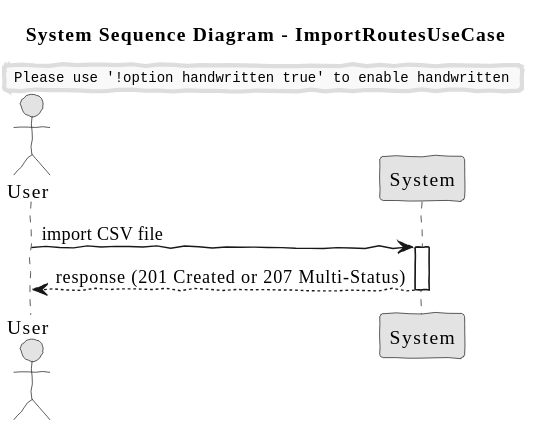
Earlier version of the PlantUML export docs/system-documentation/use-cases/BONUS/US225/svg/ssd_ImportRoutesUseCase.svg (VascoMagolo/psoft_1231562_1241692_1242036_2db).
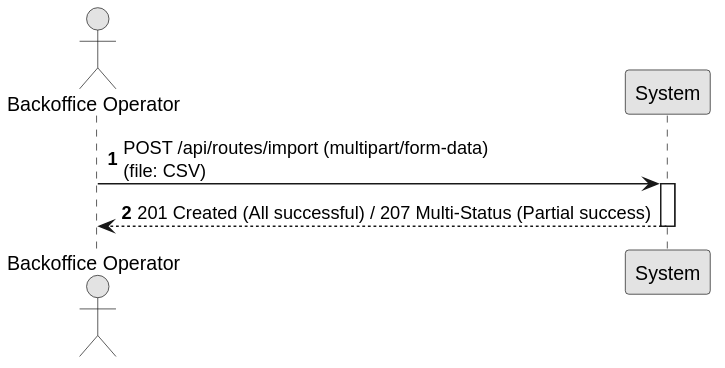
Later version of the same file.

Diff of the diagram source:
```diff
@@ -1,17 +1,14 @@
 @startuml
-skinparam handwritten true
+autonumber
 skinparam monochrome true
 skinparam packageStyle rect
-skinparam defaultFontName FG Virgil
 skinparam shadowing false
 
-title System Sequence Diagram - ImportRoutesUseCase
+actor "Backoffice Operator" as Actor
+participant "System" as Sys
 
-actor "User" as user
-participant "System" as sys
-
-user -> sys: import CSV file
-activate sys
-sys --> user: response (201 Created or 207 Multi-Status)
-deactivate sys
+Actor -> Sys : POST /api/routes/import (multipart/form-data)\n(file: CSV)
+activate Sys
+Sys --> Actor : 201 Created (All successful) / 207 Multi-Status (Partial success)
+deactivate Sys
 @enduml
```
